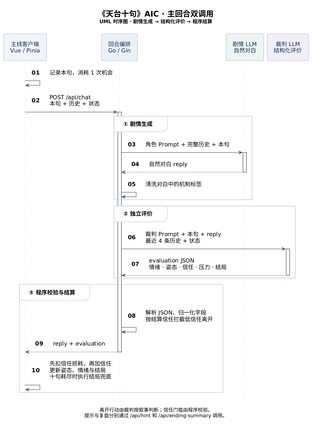
Before: docs/architecture/aic_dual_call_sequence.png, a diagram exported from PlantUML (FuSheng-cs/tian_tai_shi_ju).
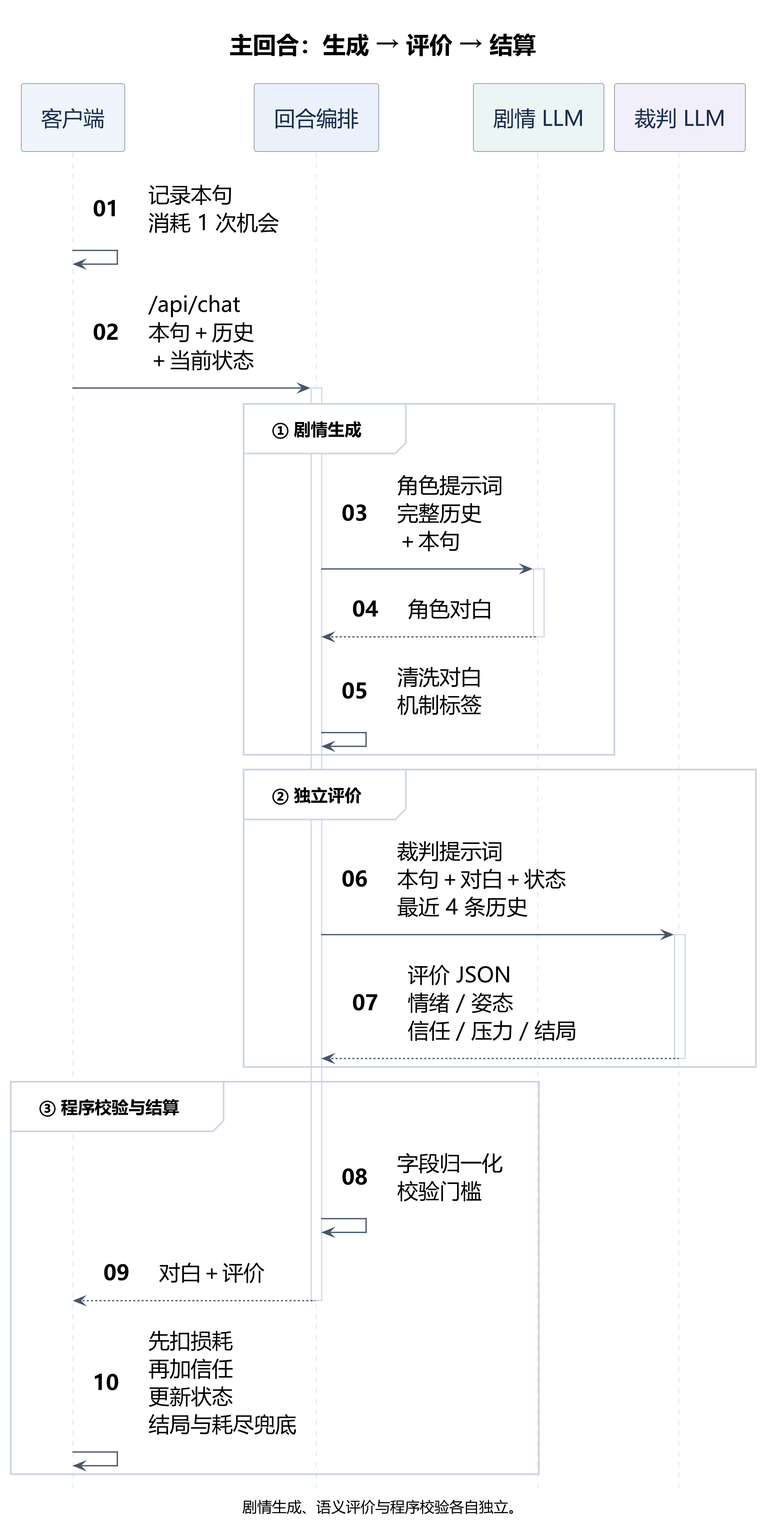
The same file after the commit.

What changed in the source:
```diff
@@ -1,17 +1,18 @@
-@startuml
-title 《天台十句》AIC · 主回合双调用\n<size:14>UML 时序图 · 剧情生成 → 结构化评价 → 程序结算</size>
+@startuml AIC_Dual_Call_Sequence
+scale 3
+title 主回合：生成 → 评价 → 结算
 
 hide footbox
 autonumber "<b>00</b>"
 skinparam backgroundColor #FFFFFF
 skinparam shadowing false
 skinparam defaultFontName "Microsoft YaHei"
-skinparam defaultFontSize 16
+skinparam defaultFontSize 20
 skinparam titleFontSize 22
 skinparam CaptionFontSize 14
 skinparam sequenceArrowColor #475569
 skinparam sequenceArrowThickness 1.2
-skinparam sequenceArrowFontSize 16
+skinparam sequenceArrowFontSize 20
 skinparam sequenceLifeLineBorderColor #CBD5E1
 skinparam sequenceParticipantBorderColor #64748B
 skinparam sequenceParticipantFontColor #172B4D
@@ -22,36 +23,36 @@
 skinparam BoxPadding 12
 skinparam Padding 12
 
-participant "主线客户端\nVue / Pinia" as Client #F0F5FB
-participant "回合编排\nGo / Gin" as Chat #EAF1FB
-participant "剧情 LLM\n自然对白" as Story #EBF5F3
-participant "裁判 LLM\n结构化评价" as Judge #F1EFF9
+participant "客户端" as Client #F0F5FB
+participant "回合编排" as Chat #EAF1FB
+participant "剧情 LLM" as Story #EBF5F3
+participant "裁判 LLM" as Judge #F1EFF9
 
-Client -> Client : 记录本句，消耗 1 次机会
-Client -> Chat : POST /api/chat\n本句 + 历史 + 状态
+Client -> Client : 记录本句\n消耗 1 次机会
+Client -> Chat : /api/chat\n本句＋历史\n＋当前状态
 activate Chat
 
 group ① 剧情生成
-  Chat -> Story : 角色 Prompt + 完整历史 + 本句
+  Chat -> Story : 角色提示词\n完整历史\n＋本句
   activate Story
-  Story --> Chat : 自然对白 reply
+  Story --> Chat : 角色对白
   deactivate Story
-  Chat -> Chat : 清洗对白中的机制标签
+  Chat -> Chat : 清洗对白\n机制标签
 end
 
 group ② 独立评价
-  Chat -> Judge : 裁判 Prompt + 本句 + reply\n最近 4 条历史 + 状态
+  Chat -> Judge : 裁判提示词\n本句＋对白＋状态\n最近 4 条历史
   activate Judge
-  Judge --> Chat : evaluation JSON\n情绪 · 姿态 · 信任 · 压力 · 结局
+  Judge --> Chat : 评价 JSON\n情绪／姿态\n信任／压力／结局
   deactivate Judge
 end
 
 group ③ 程序校验与结算
-  Chat -> Chat : 解析 JSON、归一化字段\n按结算信任拦截低信任离开
-  Chat --> Client : reply + evaluation
+  Chat -> Chat : 字段归一化\n校验门槛
+  Chat --> Client : 对白＋评价
   deactivate Chat
-  Client -> Client : 先扣信任损耗，再加信任\n更新姿态、情绪与结局\n十句耗尽时执行结局兜底
+  Client -> Client : 先扣损耗\n再加信任\n更新状态\n结局与耗尽兜底
 end
 
-caption 离开行动由裁判按叙事判断；信任门槛由程序校验。\n提示与复盘分别通过 /api/hint 和 /api/ending-summary 调用。
+caption 剧情生成、语义评价与程序校验各自独立。
 @enduml
```
